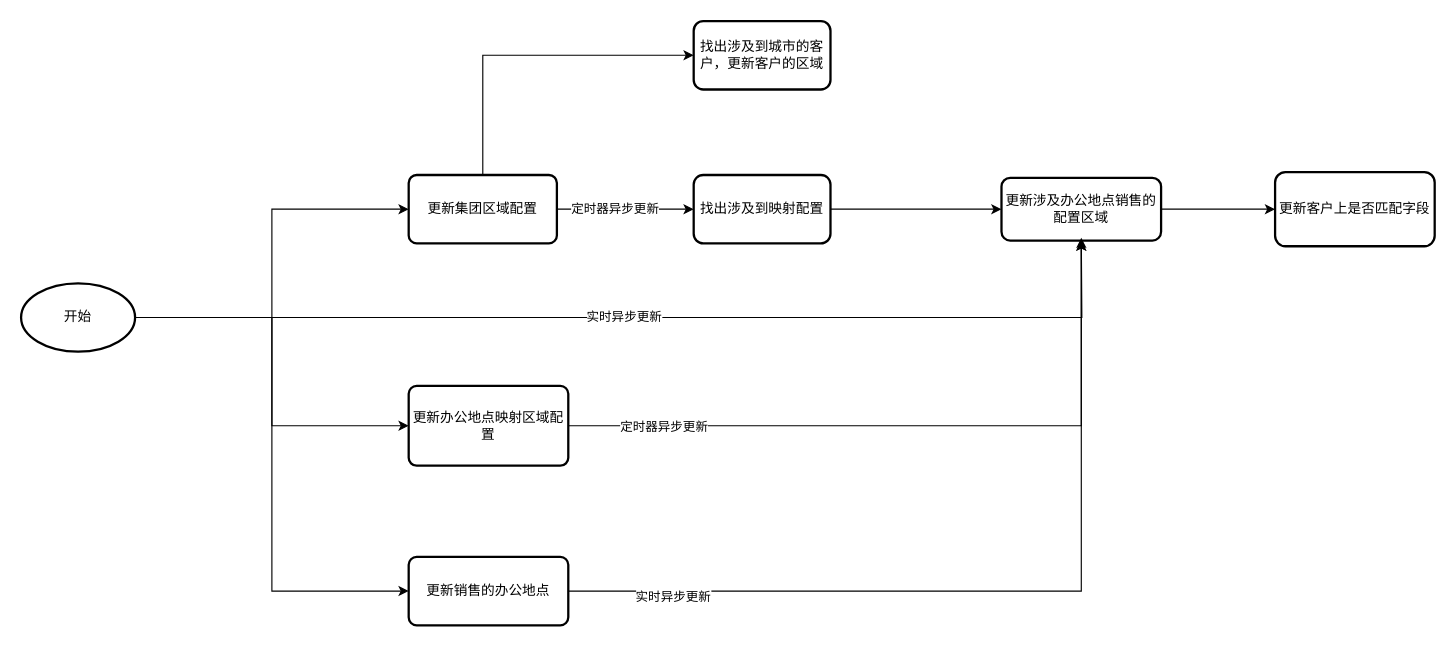
Above: 2024年3月8日区域配置更新刷新逻辑.drawio in yyzim/my_drawio (draw.io), before the change. Source tidied: cells renumbered, new cells numbered last; positions are measured from the earlier drawing's top-left corner, leaving out a move shared by most shapes. Both pictures are drawn from the tidied source at 114%, with x=0, y=0 at pixel (21, 21).
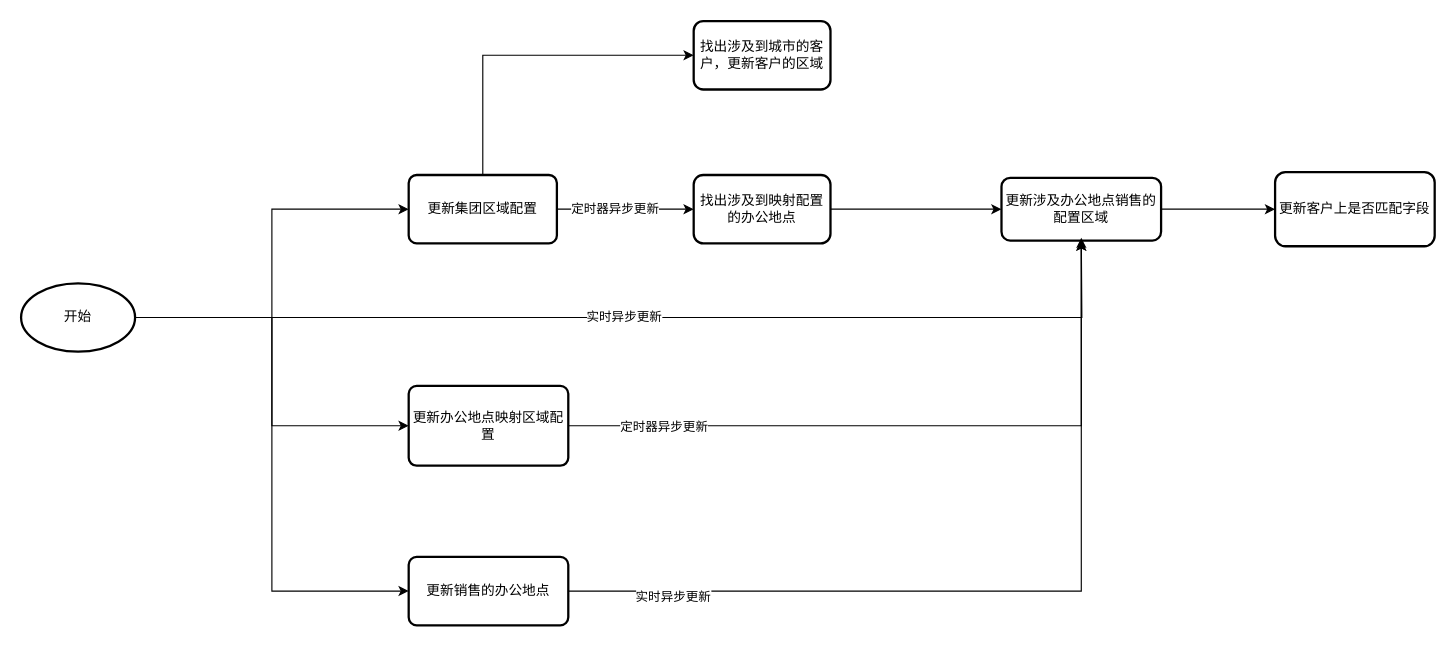
After the change.

Commit message:
更新2024年3月8日区域配置更新刷新逻辑.drawio

The edit, as a diff of the source:
```diff
@@
-    <mxCell id="14" value="找出涉及到映射配置" style="whiteSpace=wrap;html=1;rounded=1;arcSize=14;strokeWidth=2;" parent="1" vertex="1">
+    <mxCell id="14" value="找出涉及到映射配置的办公地点" style="whiteSpace=wrap;html=1;rounded=1;arcSize=14;strokeWidth=2;" parent="1" vertex="1">
       <mxGeometry x="590" y="135" width="120" height="60" as="geometry" />
     </mxCell>
```
